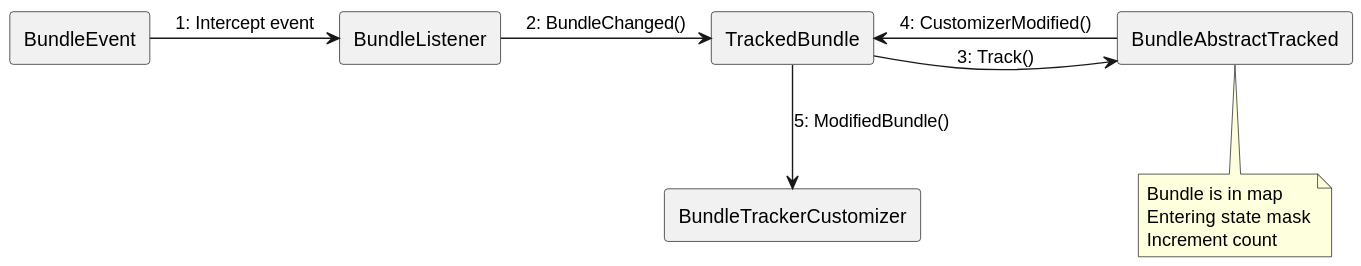
The PlantUML diagram text/0009-BundleTracker-integration/modbundle_diagram.svg in CppMicroServices/rfcs, before a commit.
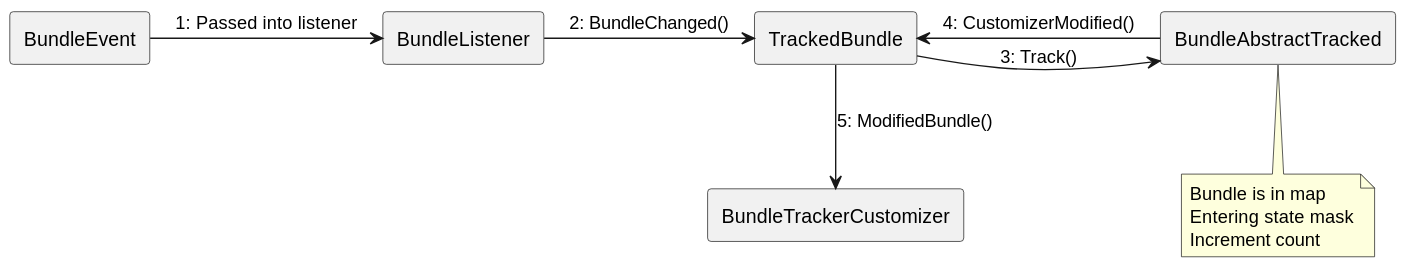
After the commit.

Diff of the diagram source:
```diff
@@ -6,7 +6,7 @@
 rectangle "BundleAbstractTracked" as BAT
 rectangle "BundleTrackerCustomizer" as BTC
 
-BE -> BL : 1: Intercept event
+BE -> BL : 1: Passed into listener
 BL -> TB : 2: BundleChanged()
 TB -> BAT : 3: Track()
 TB <- BAT: 4: CustomizerModified()
```
